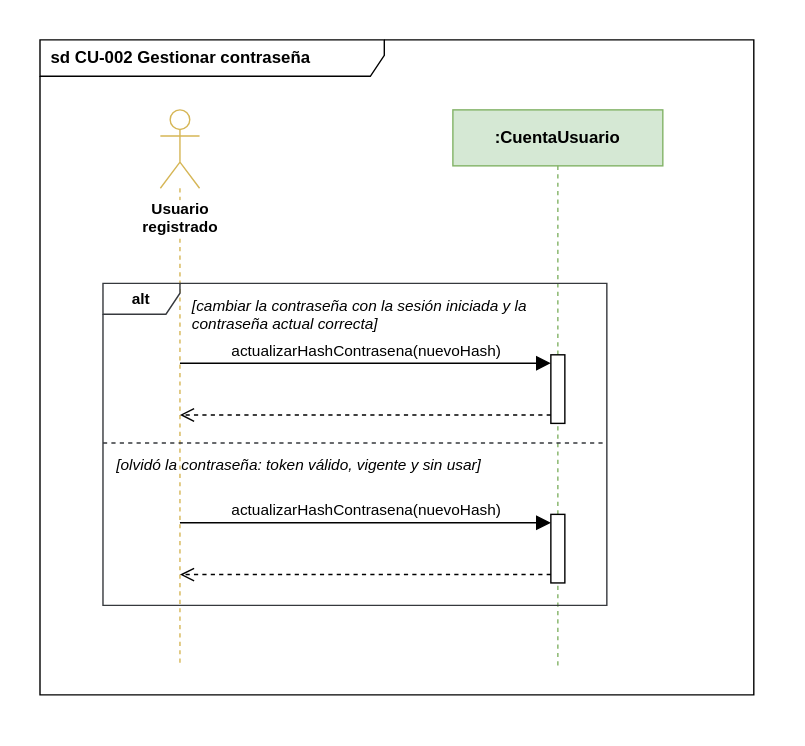
Before: docs/diagramas/Secuencia/cu-002-gestionar-contrasena.svg, a diagram exported from draw.io (yor1008/propiedad-horizontal-back-end). Source tidied: cells renumbered, new cells last; positions are measured from the earlier drawing's top-left corner, leaving out a move shared by most shapes.
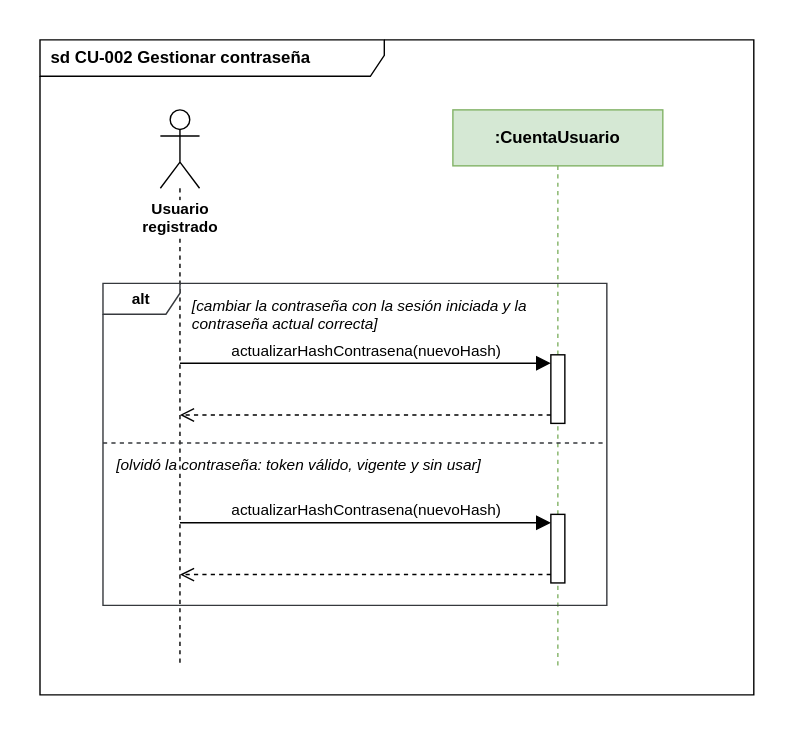
After the change.

What changed in the source:
```diff
@@ -5,7 +5,7 @@
     <mxCell id="2" value="sd CU-002 Gestionar contraseña" style="shape=umlFrame;whiteSpace=wrap;html=1;fillColor=#ffffff;strokeColor=#000000;fontStyle=1;fontSize=12;align=left;spacingLeft=6;width=246;height=26;" parent="1" vertex="1">
       <mxGeometry width="510" height="468" as="geometry" />
     </mxCell>
-    <mxCell id="3" value="Usuario&lt;br&gt;registrado" style="shape=umlLifeline;participant=umlActor;perimeter=lifelinePerimeter;whiteSpace=nowrap;html=1;outlineConnect=0;portConstraint=eastwest;size=56;verticalAlign=top;spacingTop=58;labelBackgroundColor=#ffffff;fontStyle=1;fontSize=11;fillColor=#ffffff;strokeColor=#d6b656;" parent="1" vertex="1">
+    <mxCell id="3" value="Usuario&lt;br&gt;registrado" style="shape=umlLifeline;participant=umlActor;perimeter=lifelinePerimeter;whiteSpace=nowrap;html=1;outlineConnect=0;portConstraint=eastwest;size=56;verticalAlign=top;spacingTop=58;labelBackgroundColor=#ffffff;fontStyle=1;fontSize=11;fillColor=#ffffff;strokeColor=#000000;" parent="1" vertex="1">
       <mxGeometry x="86" y="50" width="28" height="398" as="geometry" />
     </mxCell>
     <mxCell id="4" value=":CuentaUsuario" style="shape=umlLifeline;perimeter=lifelinePerimeter;whiteSpace=wrap;html=1;size=40;fillColor=#d5e8d4;strokeColor=#82b366;fontStyle=1;fontSize=12;" parent="1" vertex="1">
```
